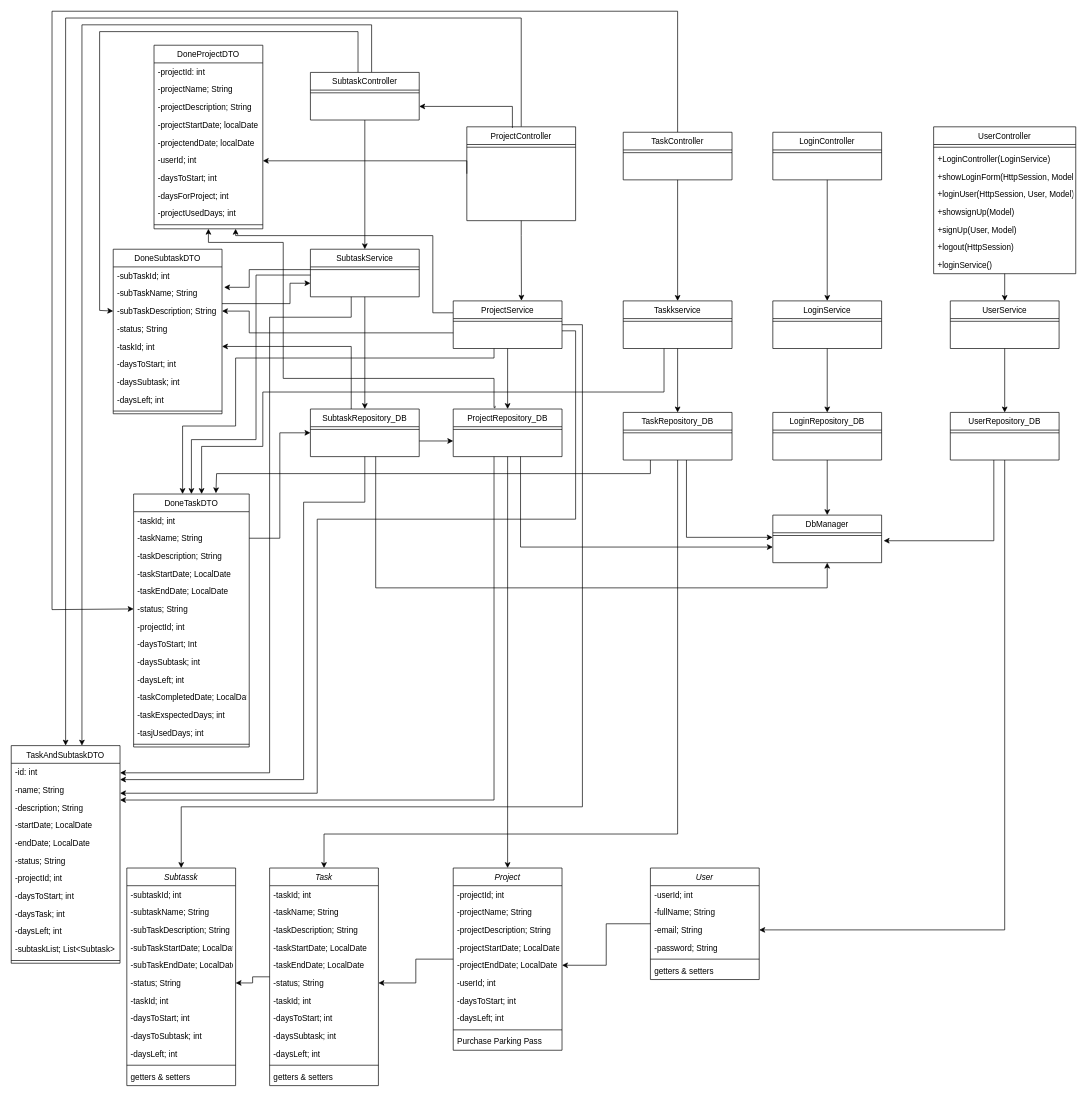
Atributties/ProjectPeak keeps this draw.io diagram as docs/Class_Diagram.drawio. Above is the earlier version. Source tidied: cells renumbered, new cells numbered last; positions are measured from the earlier drawing's top-left corner, leaving out a move shared by most shapes. Both pictures are drawn from the tidied source at 68%, with x=0, y=0 at pixel (11, 11).
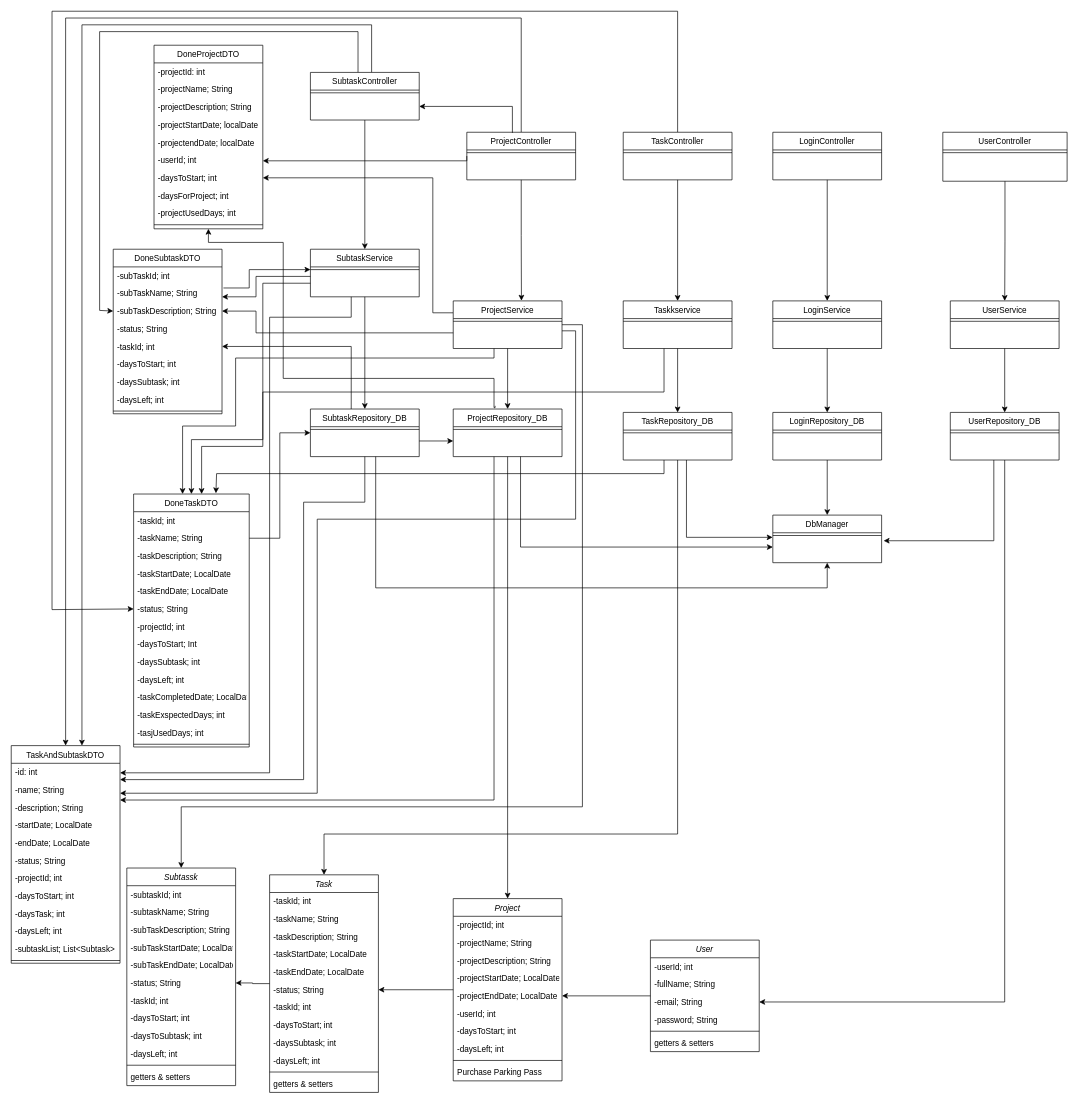
The same diagram, later.

The change refers to these unchanged cells:
```xml
<mxCell id="73" value="-subTaskName; String" style="text;align=left;verticalAlign=top;spacingLeft=4;spacingRight=4;overflow=hidden;points=[[0,0.5],[1,0.5]];portConstraint=eastwest;" parent="71" vertex="1">
  <mxGeometry y="52" width="160" height="26" as="geometry" />
</mxCell>
<mxCell id="74" value="-subTaskDescription; String" style="text;align=left;verticalAlign=top;spacingLeft=4;spacingRight=4;overflow=hidden;points=[[0,0.5],[1,0.5]];portConstraint=eastwest;" parent="71" vertex="1">
  <mxGeometry y="78" width="160" height="26" as="geometry" />
</mxCell>
<mxCell id="81" value="DoneProjectDTO" style="swimlane;fontStyle=0;align=center;verticalAlign=top;horizontal=1;startSize=26;rounded=0;shadow=0;strokeWidth=1;" parent="1" vertex="1">
  <mxGeometry x="210" y="50" width="160" height="270" as="geometry" />
</mxCell>
<mxCell id="88" value="-daysToStart; int" style="text;align=left;verticalAlign=top;spacingLeft=4;spacingRight=4;overflow=hidden;points=[[0,0.5],[1,0.5]];portConstraint=eastwest;" parent="81" vertex="1">
  <mxGeometry y="182" width="160" height="26" as="geometry" />
</mxCell>
<mxCell id="92" value="DoneTaskDTO" style="swimlane;fontStyle=0;align=center;verticalAlign=top;horizontal=1;startSize=26;rounded=0;shadow=0;strokeWidth=1;" parent="1" vertex="1">
  <mxGeometry x="180" y="710" width="170" height="372" as="geometry" />
</mxCell>
<mxCell id="125" value="TaskRepository_DB" style="swimlane;fontStyle=0;align=center;verticalAlign=top;horizontal=1;startSize=26;rounded=0;shadow=0;strokeWidth=1;" parent="1" vertex="1">
  <mxGeometry x="900" y="590" width="160" height="70" as="geometry" />
</mxCell>
<mxCell id="162" value="SubtaskService" style="swimlane;fontStyle=0;align=center;verticalAlign=top;horizontal=1;startSize=26;rounded=0;shadow=0;strokeWidth=1;" parent="1" vertex="1">
  <mxGeometry x="440" y="350" width="160" height="70" as="geometry" />
</mxCell>
<mxCell id="171" value="ProjectService" style="swimlane;fontStyle=0;align=center;verticalAlign=top;horizontal=1;startSize=26;rounded=0;shadow=0;strokeWidth=1;" parent="1" vertex="1">
  <mxGeometry x="650" y="426" width="160" height="70" as="geometry" />
</mxCell>
```

What changed in the source:
```diff
@@
     <mxCell id="3" value="Project" style="swimlane;fontStyle=2;align=center;verticalAlign=top;horizontal=1;startSize=26;rounded=0;shadow=0;strokeWidth=1;" parent="1" vertex="1">
-      <mxGeometry x="650" y="1260" width="160" height="268" as="geometry" />
+      <mxGeometry x="650" y="1305" width="160" height="268" as="geometry" />
     </mxCell>
@@
     <mxCell id="15" value="User" style="swimlane;fontStyle=2;align=center;verticalAlign=top;horizontal=1;startSize=26;rounded=0;shadow=0;strokeWidth=1;" parent="1" vertex="1">
-      <mxGeometry x="940" y="1260" width="160" height="164" as="geometry" />
+      <mxGeometry x="940" y="1366" width="160" height="164" as="geometry" />
     </mxCell>
@@
     <mxCell id="36" value="Task" style="swimlane;fontStyle=2;align=center;verticalAlign=top;horizontal=1;startSize=26;rounded=0;shadow=0;strokeWidth=1;" parent="1" vertex="1">
-      <mxGeometry x="380" y="1260" width="160" height="320" as="geometry" />
+      <mxGeometry x="380" y="1270" width="160" height="320" as="geometry" />
     </mxCell>
@@
     <mxCell id="62" value="UserController" style="swimlane;fontStyle=0;align=center;verticalAlign=top;horizontal=1;startSize=26;rounded=0;shadow=0;strokeWidth=1;" parent="1" vertex="1">
-      <mxGeometry x="1356.5" y="170" width="209" height="216" as="geometry" />
+      <mxGeometry x="1370" y="178" width="182.8" height="72" as="geometry" />
     </mxCell>
     <mxCell id="63" style="line;html=1;strokeWidth=1;align=left;verticalAlign=middle;spacingTop=-1;spacingLeft=3;spacingRight=3;labelPosition=right;" parent="62" vertex="1">
-      <mxGeometry y="26" width="209" height="8" as="geometry" />
+      <mxGeometry y="26" width="182.8" height="8" as="geometry" />
     </mxCell>
-    <mxCell id="64" value="+LoginController(LoginService)" style="text;align=left;verticalAlign=top;spacingLeft=4;spacingRight=4;overflow=hidden;" parent="62" vertex="1">
-      <mxGeometry y="34" width="209" height="26" as="geometry" />
-    </mxCell>
-    <mxCell id="65" value="+showLoginForm(HttpSession, Model)" style="text;align=left;verticalAlign=top;spacingLeft=4;spacingRight=4;overflow=hidden;" parent="62" vertex="1">
-      <mxGeometry y="60" width="209" height="26" as="geometry" />
-    </mxCell>
-    <mxCell id="66" value="+loginUser(HttpSession, User, Model)" style="text;align=left;verticalAlign=top;spacingLeft=4;spacingRight=4;overflow=hidden;" parent="62" vertex="1">
-      <mxGeometry y="86" width="209" height="26" as="geometry" />
-    </mxCell>
-    <mxCell id="67" value="+showsignUp(Model)" style="text;align=left;verticalAlign=top;spacingLeft=4;spacingRight=4;overflow=hidden;" parent="62" vertex="1">
-      <mxGeometry y="112" width="209" height="26" as="geometry" />
-    </mxCell>
-    <mxCell id="68" value="+signUp(User, Model)" style="text;align=left;verticalAlign=top;spacingLeft=4;spacingRight=4;overflow=hidden;" parent="62" vertex="1">
-      <mxGeometry y="138" width="209" height="26" as="geometry" />
-    </mxCell>
-    <mxCell id="69" value="+logout(HttpSession)" style="text;align=left;verticalAlign=top;spacingLeft=4;spacingRight=4;overflow=hidden;" parent="62" vertex="1">
-      <mxGeometry y="164" width="209" height="26" as="geometry" />
-    </mxCell>
-    <mxCell id="70" value="+loginService()" style="text;align=left;verticalAlign=top;spacingLeft=4;spacingRight=4;overflow=hidden;" parent="62" vertex="1">
-      <mxGeometry y="190" width="209" height="26" as="geometry" />
-    </mxCell>
@@
     <mxCell id="123" style="edgeStyle=orthogonalEdgeStyle;rounded=0;jettySize=auto;html=1;entryX=0.712;entryY=-0.003;entryDx=0;entryDy=0;entryPerimeter=0;" parent="1" edge="1" source="125" target="92">
       <mxGeometry relative="1" as="geometry">
         <Array as="points">
-          <mxPoint x="940" y="680" />
+          <mxPoint x="960" y="680" />
           <mxPoint x="302" y="680" />
+          <mxPoint x="302" y="709" />
         </Array>
       </mxGeometry>
     </mxCell>
@@
     <mxCell id="143" style="edgeStyle=orthogonalEdgeStyle;rounded=0;jettySize=auto;html=1;entryX=0.5;entryY=0;entryDx=0;entryDy=0;" parent="1" edge="1" source="162" target="92">
       <mxGeometry relative="1" as="geometry">
         <Array as="points">
-          <mxPoint x="360" y="388" />
-          <mxPoint x="360" y="630" />
+          <mxPoint x="370" y="400" />
+          <mxPoint x="370" y="630" />
           <mxPoint x="265" y="630" />
         </Array>
       </mxGeometry>
     </mxCell>
@@
-    <mxCell id="155" style="edgeStyle=orthogonalEdgeStyle;rounded=0;jettySize=auto;html=1;exitX=0;exitY=0.25;exitDx=0;exitDy=0;entryX=0.75;entryY=1;entryDx=0;entryDy=0;" parent="1" edge="1" source="171" target="81">
+    <mxCell id="155" style="edgeStyle=orthogonalEdgeStyle;rounded=0;jettySize=auto;html=1;exitX=0;exitY=0.25;exitDx=0;exitDy=0;entryX=1;entryY=0.5;entryDx=0;entryDy=0;" parent="1" edge="1" source="171" target="88">
       <mxGeometry relative="1" as="geometry">
         <Array as="points">
           <mxPoint x="620" y="444" />
-          <mxPoint x="620" y="330" />
-          <mxPoint x="330" y="330" />
+          <mxPoint x="620" y="245" />
         </Array>
       </mxGeometry>
     </mxCell>
@@
-    <mxCell id="161" style="edgeStyle=orthogonalEdgeStyle;rounded=0;jettySize=auto;html=1;entryX=1.019;entryY=0.154;entryDx=0;entryDy=0;entryPerimeter=0;" parent="1" edge="1" source="162" target="73">
+    <mxCell id="161" style="edgeStyle=orthogonalEdgeStyle;rounded=0;jettySize=auto;html=1;" parent="1" edge="1" source="162">
       <mxGeometry relative="1" as="geometry">
+        <mxPoint x="310" y="420" as="targetPoint" />
         <Array as="points">
-          <mxPoint x="350" y="380" />
-          <mxPoint x="350" y="406" />
+          <mxPoint x="360" y="390" />
+          <mxPoint x="360" y="420" />
+          <mxPoint x="313" y="420" />
         </Array>
       </mxGeometry>
     </mxCell>
@@
     <mxCell id="167" value="ProjectController" style="swimlane;fontStyle=0;align=center;verticalAlign=top;horizontal=1;startSize=26;rounded=0;shadow=0;strokeWidth=1;" parent="1" vertex="1">
-      <mxGeometry x="670" y="170" width="160" height="138" as="geometry" />
+      <mxGeometry x="670" y="178" width="160" height="70" as="geometry" />
     </mxCell>
@@
-    <mxCell id="175" style="edgeStyle=orthogonalEdgeStyle;rounded=0;orthogonalLoop=1;jettySize=auto;html=1;" parent="1" edge="1">
-      <mxGeometry relative="1" as="geometry">
-        <mxPoint x="310" y="430" as="sourcePoint" />
-        <mxPoint x="440" y="400" as="targetPoint" />
-        <Array as="points">
-          <mxPoint x="310" y="430" />
-          <mxPoint x="410" y="430" />
-          <mxPoint x="410" y="400" />
-        </Array>
-      </mxGeometry>
-    </mxCell>
     <mxCell id="176" style="edgeStyle=orthogonalEdgeStyle;rounded=0;jettySize=auto;html=1;entryX=1;entryY=0.5;entryDx=0;entryDy=0;" parent="1" edge="1" target="74">
       <mxGeometry relative="1" as="geometry">
         <mxPoint x="650" y="473" as="sourcePoint" />
         <Array as="points">
-          <mxPoint x="350" y="473" />
-          <mxPoint x="350" y="441" />
+          <mxPoint x="360" y="473" />
+          <mxPoint x="360" y="441" />
         </Array>
       </mxGeometry>
     </mxCell>
@@
+    <mxCell id="178" style="edgeStyle=orthogonalEdgeStyle;rounded=0;jettySize=auto;html=1;exitX=1.013;exitY=0.192;exitDx=0;exitDy=0;exitPerimeter=0;" parent="1" edge="1" source="73">
+      <mxGeometry relative="1" as="geometry">
+        <mxPoint x="440" y="380" as="targetPoint" />
+        <Array as="points">
+          <mxPoint x="350" y="407" />
+          <mxPoint x="350" y="380" />
+          <mxPoint x="440" y="380" />
+        </Array>
+      </mxGeometry>
+    </mxCell>
```
